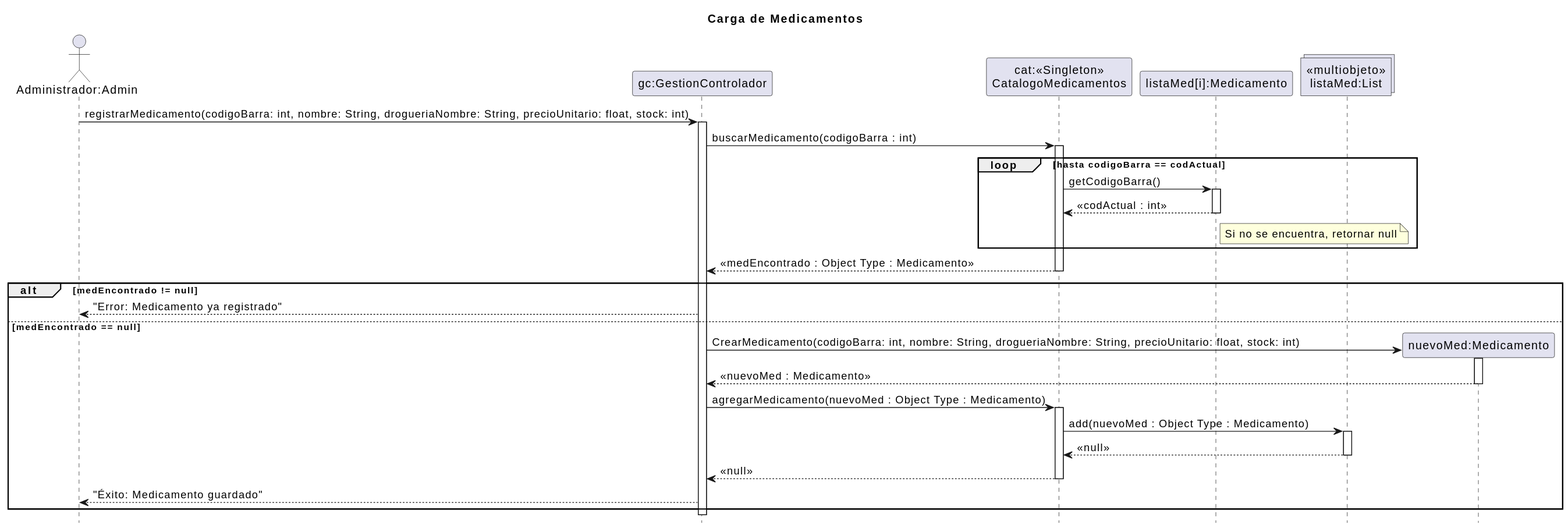
The PlantUML diagram 08 - Diagramas de Secuencia de Diseño/CargaMedicamentos/Carga_Medicamentos.svg in zEzequR/PF-I, before a commit.
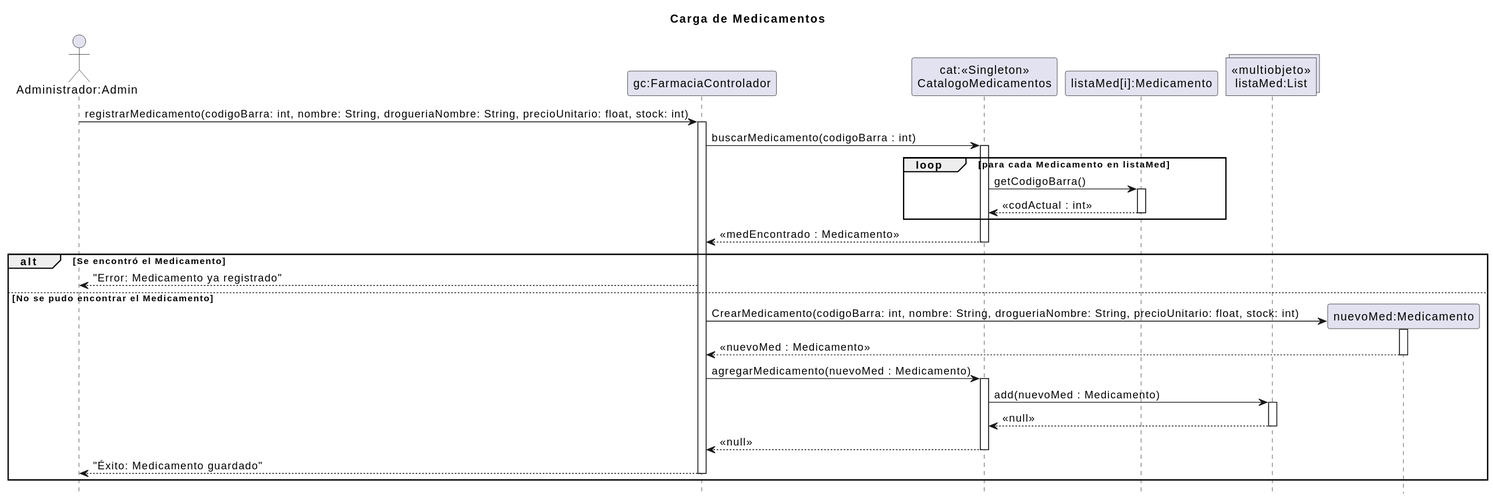
After the commit.

What changed in the source:
```diff
@@ -4,7 +4,7 @@
 hide footbox
 
 actor "Administrador:Admin" as admin
-participant "gc:GestionControlador" as ctrl
+participant "gc:FarmaciaControlador" as ctrl
 participant "cat:<<Singleton>>\nCatalogoMedicamentos" as cat
 participant "listaMed[i]:Medicamento" as med_actual
 collections "<<multiobjeto>>\nlistaMed:List" as lista_med
@@ -15,24 +15,22 @@
 ctrl -> cat : buscarMedicamento(codigoBarra : int)
 activate cat
 
-loop hasta codigoBarra == codActual
+loop para cada Medicamento en listaMed
     cat -> med_actual : getCodigoBarra()
     activate med_actual
     med_actual --> cat : <<codActual : int>>
 
-    note right of med_actual : Si no se encuentra, retornar null
-
     deactivate med_actual
 end
 
-cat --> ctrl : <<medEncontrado : Object Type : Medicamento>>
+cat --> ctrl : <<medEncontrado : Medicamento>>
 deactivate cat
 
-alt medEncontrado != null
+alt Se encontró el Medicamento
 
     ctrl --> admin : "Error: Medicamento ya registrado"
 
-else medEncontrado == null
+else No se pudo encontrar el Medicamento
 
     create participant "nuevoMed:Medicamento" as nuevo_med
     ctrl -> nuevo_med : CrearMedicamento(codigoBarra: int, nombre: String, drogueriaNombre: String, precioUnitario: float, stock: int)
@@ -40,10 +38,10 @@
     nuevo_med --> ctrl : <<nuevoMed : Medicamento>>
     deactivate nuevo_med
 
-    ctrl -> cat : agregarMedicamento(nuevoMed : Object Type : Medicamento)
+    ctrl -> cat : agregarMedicamento(nuevoMed : Medicamento)
     activate cat
 
-    cat -> lista_med : add(nuevoMed : Object Type : Medicamento)
+    cat -> lista_med : add(nuevoMed : Medicamento)
     activate lista_med
     lista_med --> cat : <<null>>
     deactivate lista_med
@@ -52,7 +50,6 @@
     deactivate cat
 
     ctrl --> admin : "Éxito: Medicamento guardado"
+    deactivate ctrl
 end
-
-deactivate ctrl
 @enduml
```
